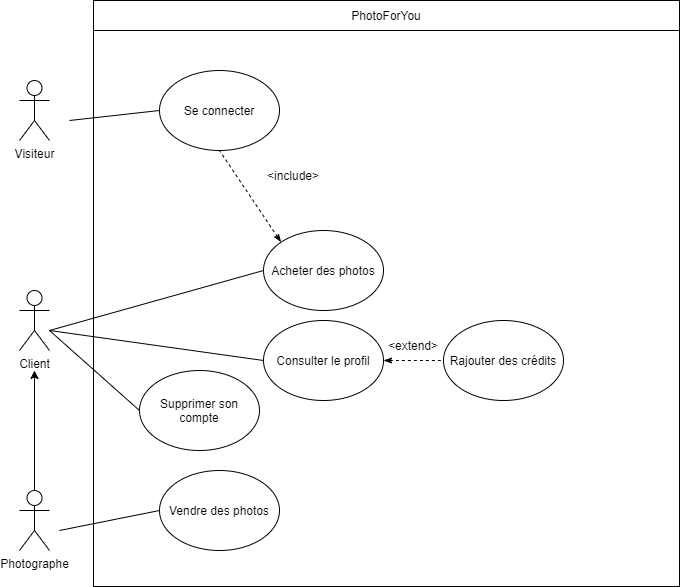
This is CasUtilisation.png from cmoynard/photoforyou, a draw.io export, as it was before one commit. Source tidied: cells renumbered, new cells last; positions are measured from the earlier drawing's top-left corner, leaving out a move shared by most shapes. Source of this version:
```xml
<mxGraphModel>
  <root>
    <mxCell id="0" />
    <mxCell id="1" parent="0" />
    <mxCell id="2" style="whiteSpace=wrap;html=1;" parent="1" vertex="1">
      <mxGeometry x="74" width="586" height="586" as="geometry" />
    </mxCell>
    <mxCell id="3" value="Visiteur" style="shape=umlActor;verticalLabelPosition=bottom;verticalAlign=top;html=1;" parent="1" vertex="1">
      <mxGeometry y="80" width="30" height="60" as="geometry" />
    </mxCell>
    <mxCell id="4" value="Se connecter" style="ellipse;whiteSpace=wrap;html=1;" parent="1" vertex="1">
      <mxGeometry x="140" y="70" width="120" height="80" as="geometry" />
    </mxCell>
    <mxCell id="5" value="Client" style="shape=umlActor;verticalLabelPosition=bottom;verticalAlign=top;html=1;" parent="1" vertex="1">
      <mxGeometry y="290" width="30" height="60" as="geometry" />
    </mxCell>
    <mxCell id="6" value="Photographe" style="shape=umlActor;verticalLabelPosition=bottom;verticalAlign=top;html=1;outlineConnect=0;" parent="1" vertex="1">
      <mxGeometry y="490" width="30" height="60" as="geometry" />
    </mxCell>
    <mxCell id="7" style="endArrow=classic;html=1;rounded=0;exitX=0.5;exitY=0;exitDx=0;exitDy=0;exitPerimeter=0;" parent="1" edge="1" source="6">
      <mxGeometry relative="1" as="geometry">
        <mxPoint x="15" y="370" as="targetPoint" />
      </mxGeometry>
    </mxCell>
    <mxCell id="8" value="Vendre des photos" style="ellipse;whiteSpace=wrap;html=1;" parent="1" vertex="1">
      <mxGeometry x="140" y="470" width="120" height="80" as="geometry" />
    </mxCell>
    <mxCell id="9" value="Acheter des photos" style="ellipse;whiteSpace=wrap;html=1;" parent="1" vertex="1">
      <mxGeometry x="244" y="230" width="120" height="80" as="geometry" />
    </mxCell>
    <mxCell id="10" value="Consulter le profil" style="ellipse;whiteSpace=wrap;html=1;" parent="1" vertex="1">
      <mxGeometry x="244" y="320" width="120" height="80" as="geometry" />
    </mxCell>
    <mxCell id="11" value="Rajouter des crédits" style="ellipse;whiteSpace=wrap;html=1;" parent="1" vertex="1">
      <mxGeometry x="424" y="320" width="120" height="80" as="geometry" />
    </mxCell>
    <mxCell id="12" style="endArrow=none;dashed=1;html=1;rounded=0;exitX=0;exitY=0;exitDx=0;exitDy=0;startArrow=classicThin;startFill=1;" parent="1" edge="1" source="9">
      <mxGeometry relative="1" as="geometry">
        <mxPoint x="200" y="150" as="targetPoint" />
      </mxGeometry>
    </mxCell>
    <mxCell id="13" value="&amp;lt;include&amp;gt;" style="text;html=1;strokeColor=none;fillColor=none;align=center;verticalAlign=middle;whiteSpace=wrap;rounded=0;" parent="1" vertex="1">
      <mxGeometry x="244" y="160" width="60" height="30" as="geometry" />
    </mxCell>
    <mxCell id="14" style="endArrow=none;dashed=1;html=1;rounded=0;exitX=1;exitY=0.5;exitDx=0;exitDy=0;startArrow=classicThin;startFill=1;entryX=0;entryY=0.5;entryDx=0;entryDy=0;" parent="1" edge="1" source="10" target="11">
      <mxGeometry relative="1" as="geometry" />
    </mxCell>
    <mxCell id="15" value="&amp;lt;extend&amp;gt;" style="text;html=1;strokeColor=none;fillColor=none;align=center;verticalAlign=middle;whiteSpace=wrap;rounded=0;" parent="1" vertex="1">
      <mxGeometry x="364" y="330" width="60" height="30" as="geometry" />
    </mxCell>
    <mxCell id="16" style="endArrow=none;html=1;rounded=0;entryX=0;entryY=0.5;entryDx=0;entryDy=0;" parent="1" edge="1" target="10">
      <mxGeometry relative="1" as="geometry">
        <mxPoint x="30" y="330" as="sourcePoint" />
      </mxGeometry>
    </mxCell>
    <mxCell id="17" style="endArrow=none;html=1;rounded=0;entryX=0;entryY=0.5;entryDx=0;entryDy=0;" parent="1" edge="1" target="9">
      <mxGeometry relative="1" as="geometry">
        <mxPoint x="30" y="330" as="sourcePoint" />
      </mxGeometry>
    </mxCell>
    <mxCell id="18" style="endArrow=none;html=1;rounded=0;entryX=0;entryY=0.5;entryDx=0;entryDy=0;" parent="1" edge="1" target="8">
      <mxGeometry relative="1" as="geometry">
        <mxPoint x="40" y="530" as="sourcePoint" />
      </mxGeometry>
    </mxCell>
    <mxCell id="19" style="endArrow=none;html=1;rounded=0;entryX=0;entryY=0.5;entryDx=0;entryDy=0;" parent="1" edge="1" target="4">
      <mxGeometry relative="1" as="geometry">
        <mxPoint x="50" y="120" as="sourcePoint" />
      </mxGeometry>
    </mxCell>
    <mxCell id="20" value="PhotoForYou" style="rounded=0;whiteSpace=wrap;html=1;" parent="1" vertex="1">
      <mxGeometry x="74" width="586" height="30" as="geometry" />
    </mxCell>
    <mxCell id="21" value="Supprimer son compte" style="ellipse;whiteSpace=wrap;html=1;" parent="1" vertex="1">
      <mxGeometry x="120" y="370" width="120" height="80" as="geometry" />
    </mxCell>
    <mxCell id="22" style="endArrow=none;html=1;rounded=0;entryX=0;entryY=0.5;entryDx=0;entryDy=0;" parent="1" edge="1" target="21">
      <mxGeometry relative="1" as="geometry">
        <mxPoint x="30" y="330" as="sourcePoint" />
      </mxGeometry>
    </mxCell>
  </root>
</mxGraphModel>
```
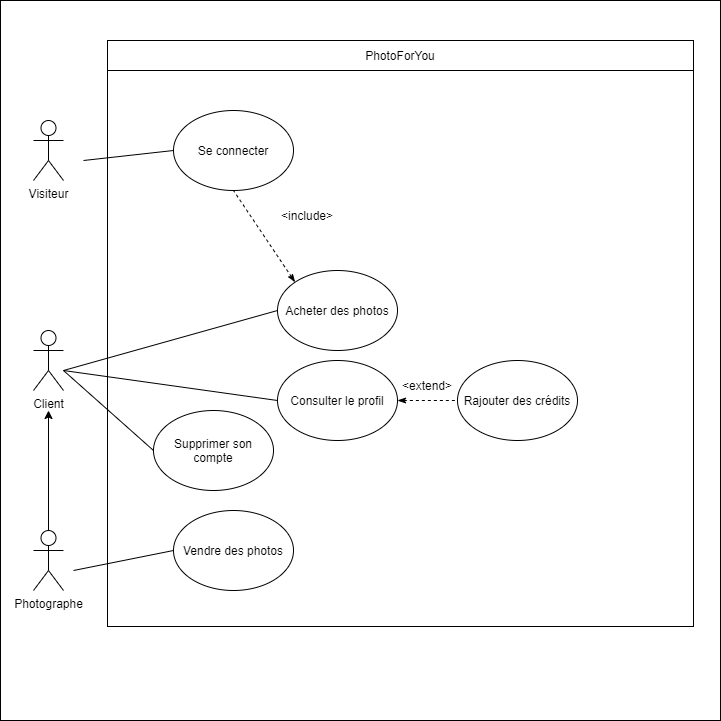
After the commit.

Commit message:
mise a jour des diagrammes

What changed in the source:
```diff
@@ -2,6 +2,9 @@
   <root>
     <mxCell id="0" />
     <mxCell id="1" parent="0" />
+    <mxCell id="23" style="whiteSpace=wrap;html=1;" parent="1" vertex="1">
+      <mxGeometry x="-33" y="-40" width="720" height="720" as="geometry" />
+    </mxCell>
     <mxCell id="2" style="whiteSpace=wrap;html=1;" parent="1" vertex="1">
       <mxGeometry x="74" width="586" height="586" as="geometry" />
     </mxCell>
```
